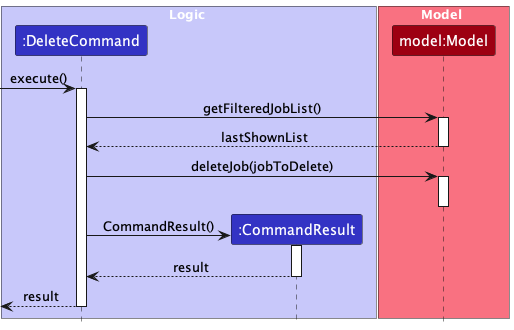
Before: docs/images/developer-guide/DeleteCommandSequenceDiagram.png, a diagram exported from PlantUML (nus-cs2103-AY2324S1/tp).
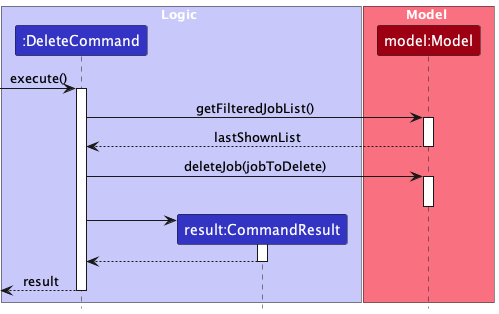
Above is the later version.

Change to the diagram source:
```diff
@@ -4,7 +4,7 @@
 
 box Logic LOGIC_COLOR_T1
 Participant ":DeleteCommand" as dc LOGIC_COLOR
-Participant ":CommandResult" as cr LOGIC_COLOR
+Participant "result:CommandResult" as cr LOGIC_COLOR
 end box
 box Model MODEL_COLOR_T1
 Participant "model:Model" as m MODEL_COLOR
@@ -16,7 +16,7 @@
 dc -> m ++: deleteJob(jobToDelete)
 deactivate m
 create cr
-dc -> cr ++: CommandResult()
-cr --> dc --: result
+dc -> cr ++
+cr --> dc --:
 dc -->[ --: result
 @enduml
```
